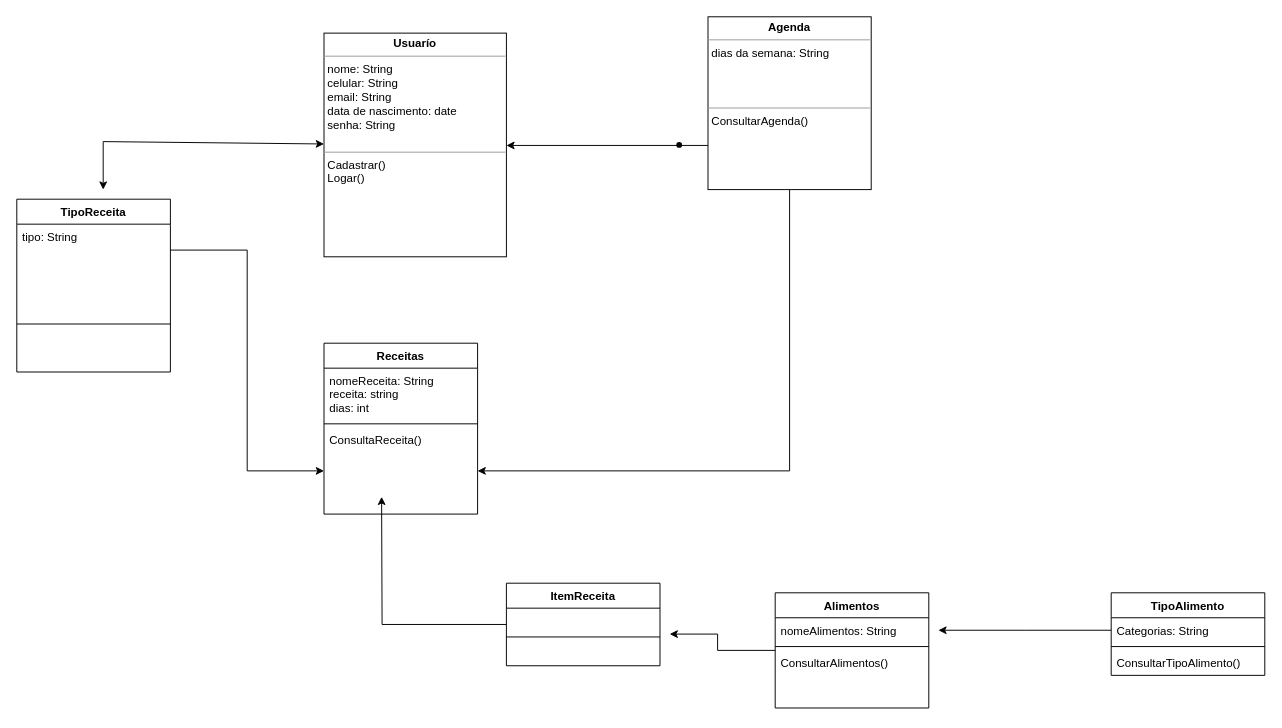
Above: Documentacao/Diagrama de Classe/Diagrama de Classes.drawio in FelipeRoriz0/MakeYourdiet (draw.io), before the change. Source tidied: cells renumbered, new cells numbered last; positions are measured from the earlier drawing's top-left corner, leaving out a move shared by most shapes. Both pictures are drawn from the tidied source at 96%, with x=0, y=0 at pixel (16, 16).
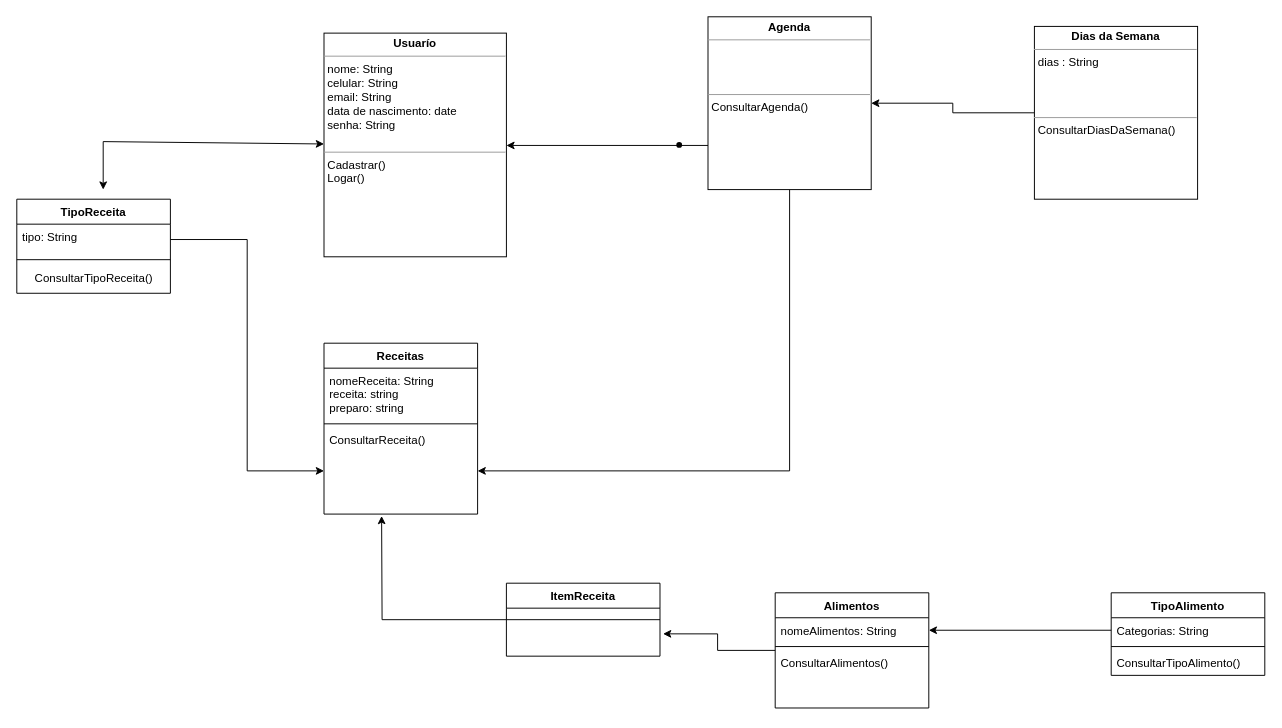
The same diagram, later.

Unchanged cells that the change refers to:
```xml
<mxCell id="7" value="Receitas" style="swimlane;fontStyle=1;align=center;verticalAlign=top;horizontal=1;startSize=26;" parent="1" vertex="1">
  <mxGeometry x="320" y="340" width="160" height="178" as="geometry" />
</mxCell>
<mxCell id="22" value="Alimentos" style="swimlane;fontStyle=1;align=center;verticalAlign=top;horizontal=1;startSize=26;" parent="1" vertex="1">
  <mxGeometry x="790" y="600" width="160" height="120" as="geometry" />
</mxCell>
<mxCell id="23" value="nomeAlimentos: String" style="text;strokeColor=none;fillColor=none;align=left;verticalAlign=top;spacingLeft=4;spacingRight=4;overflow=hidden;points=[[0,0.5],[1,0.5]];portConstraint=eastwest;" parent="22" vertex="1">
  <mxGeometry y="26" width="160" height="26" as="geometry" />
</mxCell>
<mxCell id="27" value="Categorias: String" style="text;strokeColor=none;fillColor=none;align=left;verticalAlign=top;spacingLeft=4;spacingRight=4;overflow=hidden;points=[[0,0.5],[1,0.5]];portConstraint=eastwest;" parent="26" vertex="1">
  <mxGeometry y="26" width="160" height="26" as="geometry" />
</mxCell>
```

The edit, as a diff of the source:
```diff
@@
-    <mxCell id="4" value="&lt;p style=&quot;margin:0px;margin-top:4px;text-align:center;&quot;&gt;&lt;b&gt;Agenda&lt;/b&gt;&lt;/p&gt;&lt;hr size=&quot;1&quot;&gt;&lt;p style=&quot;margin:0px;margin-left:4px;&quot;&gt;dias da semana: String&lt;/p&gt;&lt;p style=&quot;margin:0px;margin-left:4px;&quot;&gt;&lt;br&gt;&lt;/p&gt;&lt;p style=&quot;margin:0px;margin-left:4px;&quot;&gt;&lt;br&gt;&lt;/p&gt;&lt;p style=&quot;margin:0px;margin-left:4px;&quot;&gt;&lt;br&gt;&lt;/p&gt;&lt;hr size=&quot;1&quot;&gt;&lt;p style=&quot;margin:0px;margin-left:4px;&quot;&gt;ConsultarAgenda()&lt;/p&gt;&lt;p style=&quot;margin:0px;margin-left:4px;&quot;&gt;&lt;br&gt;&lt;/p&gt;" style="verticalAlign=top;align=left;overflow=fill;fontSize=12;fontFamily=Helvetica;html=1;rounded=0;shadow=0;comic=0;labelBackgroundColor=none;strokeWidth=1;" parent="1" vertex="1">
+    <mxCell id="4" value="&lt;p style=&quot;margin:0px;margin-top:4px;text-align:center;&quot;&gt;&lt;b&gt;Agenda&lt;/b&gt;&lt;/p&gt;&lt;hr size=&quot;1&quot;&gt;&lt;p style=&quot;margin:0px;margin-left:4px;&quot;&gt;&lt;br&gt;&lt;/p&gt;&lt;p style=&quot;margin:0px;margin-left:4px;&quot;&gt;&lt;br&gt;&lt;/p&gt;&lt;p style=&quot;margin:0px;margin-left:4px;&quot;&gt;&lt;br&gt;&lt;/p&gt;&lt;hr size=&quot;1&quot;&gt;&lt;p style=&quot;margin:0px;margin-left:4px;&quot;&gt;ConsultarAgenda()&lt;/p&gt;&lt;p style=&quot;margin:0px;margin-left:4px;&quot;&gt;&lt;br&gt;&lt;/p&gt;" style="verticalAlign=top;align=left;overflow=fill;fontSize=12;fontFamily=Helvetica;html=1;rounded=0;shadow=0;comic=0;labelBackgroundColor=none;strokeWidth=1;" parent="1" vertex="1">
       <mxGeometry x="720" width="170" height="180" as="geometry" />
     </mxCell>
@@
-    <mxCell id="8" value="nomeReceita: String&#10;receita: string&#10;dias: int&#10;" style="text;strokeColor=none;fillColor=none;align=left;verticalAlign=top;spacingLeft=4;spacingRight=4;overflow=hidden;" parent="7" vertex="1">
+    <mxCell id="8" value="nomeReceita: String&#10;receita: string&#10;preparo: string&#10;" style="text;strokeColor=none;fillColor=none;align=left;verticalAlign=top;spacingLeft=4;spacingRight=4;overflow=hidden;" parent="7" vertex="1">
       <mxGeometry y="26" width="160" height="54" as="geometry" />
     </mxCell>
@@
-    <mxCell id="10" value="ConsultaReceita()" style="text;strokeColor=none;fillColor=none;align=left;verticalAlign=top;spacingLeft=4;spacingRight=4;overflow=hidden;points=[[0,0.5],[1,0.5]];portConstraint=eastwest;" parent="7" vertex="1">
+    <mxCell id="10" value="ConsultarReceita()" style="text;strokeColor=none;fillColor=none;align=left;verticalAlign=top;spacingLeft=4;spacingRight=4;overflow=hidden;points=[[0,0.5],[1,0.5]];portConstraint=eastwest;" parent="7" vertex="1">
       <mxGeometry y="88" width="160" height="90" as="geometry" />
     </mxCell>
     <mxCell id="11" value="TipoReceita" style="swimlane;fontStyle=1;align=center;verticalAlign=top;horizontal=1;startSize=26;" parent="1" vertex="1">
-      <mxGeometry y="190" width="160" height="180" as="geometry" />
+      <mxGeometry y="190" width="160" height="98" as="geometry" />
     </mxCell>
     <mxCell id="12" value="tipo: String" style="text;strokeColor=none;fillColor=none;align=left;verticalAlign=top;spacingLeft=4;spacingRight=4;overflow=hidden;points=[[0,0.5],[1,0.5]];portConstraint=eastwest;" parent="11" vertex="1">
-      <mxGeometry y="26" width="160" height="54" as="geometry" />
+      <mxGeometry y="26" width="160" height="32" as="geometry" />
     </mxCell>
     <mxCell id="13" style="line;strokeWidth=1;fillColor=none;align=left;verticalAlign=middle;spacingTop=-1;spacingLeft=3;spacingRight=3;labelPosition=right;strokeColor=inherit;" parent="11" vertex="1">
-      <mxGeometry y="80" width="160" height="100" as="geometry" />
+      <mxGeometry y="58" width="160" height="10" as="geometry" />
     </mxCell>
+    <mxCell id="31" value="ConsultarTipoReceita()" style="text;html=1;align=center;verticalAlign=middle;strokeColor=none;fillColor=none;" parent="11" vertex="1">
+      <mxGeometry y="68" width="160" height="30" as="geometry" />
+    </mxCell>
@@
     <mxCell id="16" style="edgeStyle=orthogonalEdgeStyle;rounded=0;jettySize=auto;html=1;" parent="1" edge="1" source="17">
       <mxGeometry relative="1" as="geometry">
-        <mxPoint x="380" y="500" as="targetPoint" />
+        <mxPoint x="380" y="520" as="targetPoint" />
       </mxGeometry>
     </mxCell>
     <mxCell id="17" value="ItemReceita" style="swimlane;fontStyle=1;align=center;verticalAlign=top;horizontal=1;startSize=26;" parent="1" vertex="1">
-      <mxGeometry x="510" y="590" width="160" height="86" as="geometry" />
+      <mxGeometry x="510" y="590" width="160" height="76" as="geometry" />
     </mxCell>
-    <mxCell id="18" value="  " style="text;strokeColor=none;fillColor=none;align=left;verticalAlign=top;spacingLeft=4;spacingRight=4;overflow=hidden;" parent="17" vertex="1">
-      <mxGeometry y="26" width="160" height="26" as="geometry" />
-    </mxCell>
     <mxCell id="19" style="line;strokeWidth=1;fillColor=none;align=left;verticalAlign=middle;spacingTop=-1;spacingLeft=3;spacingRight=3;labelPosition=right;strokeColor=inherit;" parent="17" vertex="1">
-      <mxGeometry y="52" width="160" height="8" as="geometry" />
+      <mxGeometry y="26" width="160" height="24" as="geometry" />
     </mxCell>
     <mxCell id="20" value=" " style="text;strokeColor=none;fillColor=none;align=left;verticalAlign=top;spacingLeft=4;spacingRight=4;overflow=hidden;points=[[0,0.5],[1,0.5]];portConstraint=eastwest;" parent="17" vertex="1">
-      <mxGeometry y="60" width="160" height="26" as="geometry" />
+      <mxGeometry y="50" width="160" height="26" as="geometry" />
     </mxCell>
-    <mxCell id="21" style="edgeStyle=orthogonalEdgeStyle;rounded=0;jettySize=auto;html=1;entryX=1.063;entryY=-0.269;entryDx=0;entryDy=0;entryPerimeter=0;" parent="1" edge="1" source="22" target="20">
+    <mxCell id="21" style="edgeStyle=orthogonalEdgeStyle;rounded=0;jettySize=auto;html=1;entryX=1.02;entryY=0.106;entryDx=0;entryDy=0;entryPerimeter=0;" parent="1" edge="1" source="22" target="20">
       <mxGeometry relative="1" as="geometry" />
     </mxCell>
@@
-    <mxCell id="30" style="edgeStyle=orthogonalEdgeStyle;rounded=0;jettySize=auto;html=1;" parent="1" edge="1" source="27">
-      <mxGeometry relative="1" as="geometry">
-        <mxPoint x="960" y="639" as="targetPoint" />
-      </mxGeometry>
+    <mxCell id="30" style="edgeStyle=orthogonalEdgeStyle;rounded=0;jettySize=auto;html=1;" parent="1" edge="1" source="27" target="23">
+      <mxGeometry relative="1" as="geometry" />
     </mxCell>
+    <mxCell id="32" style="edgeStyle=orthogonalEdgeStyle;rounded=0;jettySize=auto;html=1;entryX=1;entryY=0.5;entryDx=0;entryDy=0;" parent="1" edge="1" source="33" target="4">
+      <mxGeometry relative="1" as="geometry" />
+    </mxCell>
+    <mxCell id="33" value="&lt;p style=&quot;margin:0px;margin-top:4px;text-align:center;&quot;&gt;&lt;b&gt;Dias da Semana&lt;/b&gt;&lt;/p&gt;&lt;hr size=&quot;1&quot;&gt;&lt;p style=&quot;margin:0px;margin-left:4px;&quot;&gt;dias : String&lt;/p&gt;&lt;p style=&quot;margin:0px;margin-left:4px;&quot;&gt;&lt;br&gt;&lt;/p&gt;&lt;p style=&quot;margin:0px;margin-left:4px;&quot;&gt;&lt;br&gt;&lt;/p&gt;&lt;p style=&quot;margin:0px;margin-left:4px;&quot;&gt;&lt;br&gt;&lt;/p&gt;&lt;hr size=&quot;1&quot;&gt;&lt;p style=&quot;margin:0px;margin-left:4px;&quot;&gt;ConsultarDiasDaSemana()&lt;/p&gt;&lt;p style=&quot;margin:0px;margin-left:4px;&quot;&gt;&lt;br&gt;&lt;/p&gt;" style="verticalAlign=top;align=left;overflow=fill;fontSize=12;fontFamily=Helvetica;html=1;rounded=0;shadow=0;comic=0;labelBackgroundColor=none;strokeWidth=1;" parent="1" vertex="1">
+      <mxGeometry x="1060" y="10" width="170" height="180" as="geometry" />
+    </mxCell>
```
